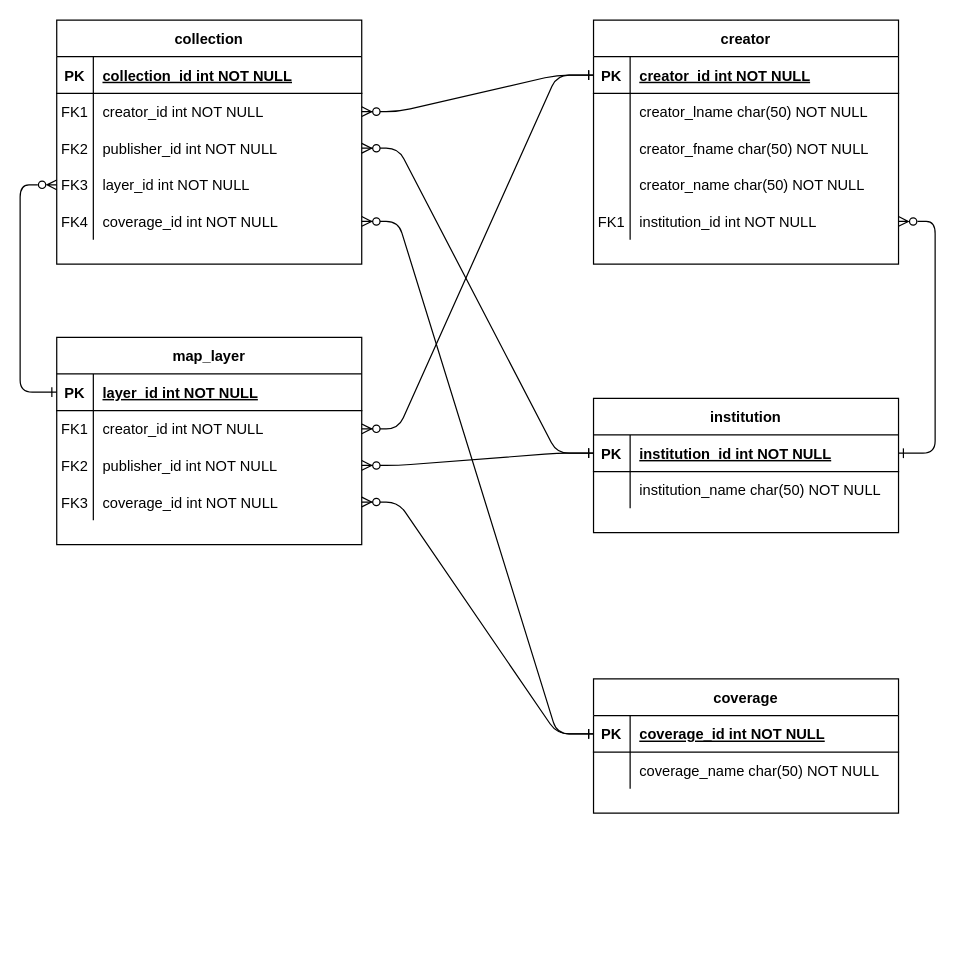
The draw.io diagram figures/relational_metadata.drawio in Geospatial-Digital-Special-Collections/docs, before the edit. Source tidied: cells renumbered, new cells numbered last; positions are measured from the earlier drawing's top-left corner, leaving out a move shared by most shapes. Both pictures are drawn from the tidied source at 122%, with x=0, y=0 at pixel (20, 20).
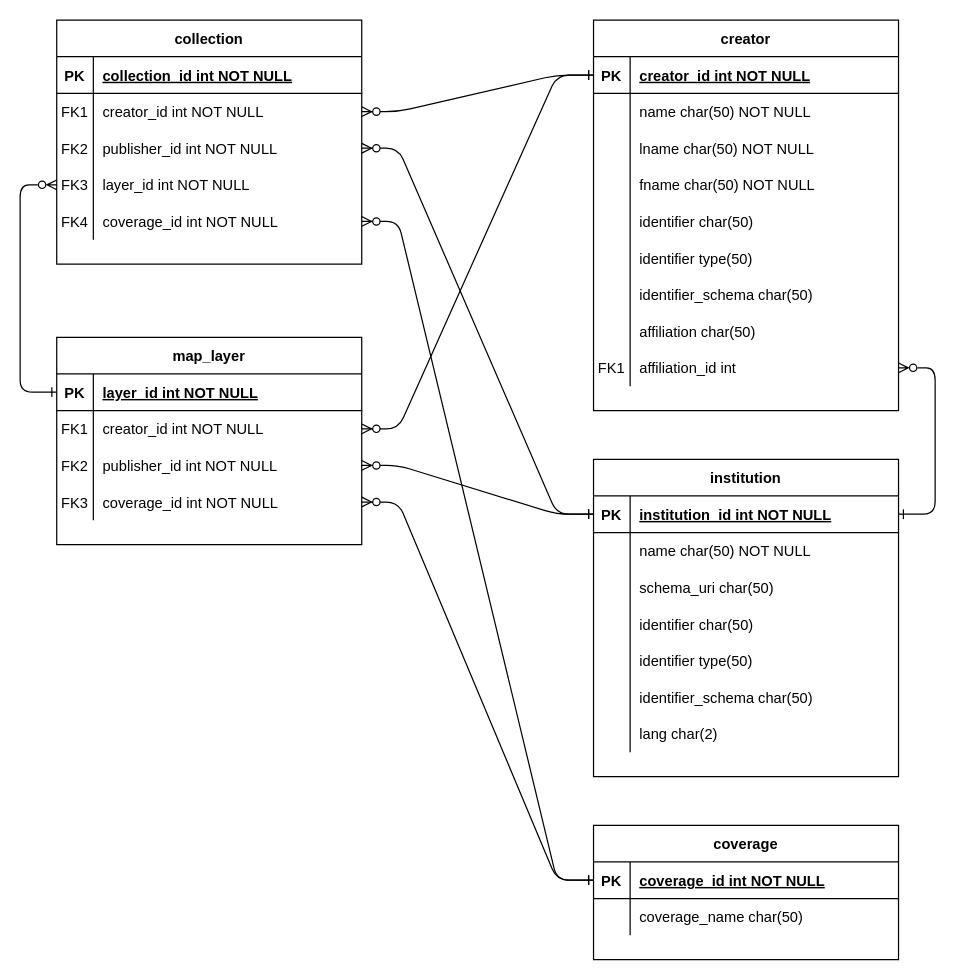
The same page after the edit.

The change refers to these unchanged cells:
```xml
<mxCell id="52" style="shape=partialRectangle;fillColor=none;top=0;left=0;right=0;bottom=0;" parent="48" vertex="1">
  <mxGeometry y="60" width="250" height="30" as="geometry" />
</mxCell>
<mxCell id="60" style="shape=partialRectangle;fillColor=none;top=0;left=0;right=0;bottom=0;" parent="56" vertex="1">
  <mxGeometry y="60" width="250" height="30" as="geometry" />
</mxCell>
```

Diff of the diagram source:
```diff
@@
     <mxCell id="32" value="creator" style="shape=table;startSize=30;childLayout=tableLayout;rowLines=0;fontStyle=1;align=center;" parent="1" vertex="1">
-      <mxGeometry x="470" width="250" height="200" as="geometry" />
+      <mxGeometry x="470" width="250" height="320" as="geometry" />
     </mxCell>
@@
+    <mxCell id="42" style="shape=partialRectangle;fillColor=none;top=0;left=0;right=0;bottom=0;" parent="32" vertex="1">
+      <mxGeometry y="60" width="250" height="30" as="geometry" />
+    </mxCell>
+    <mxCell id="43" style="shape=partialRectangle;overflow=hidden;fillColor=none;top=0;left=0;bottom=0;right=0;" parent="42" vertex="1">
+      <mxGeometry width="30" height="30" as="geometry" />
+    </mxCell>
+    <mxCell id="44" value="name char(50) NOT NULL" style="shape=partialRectangle;overflow=hidden;fillColor=none;top=0;left=0;bottom=0;right=0;align=left;spacingLeft=6;" parent="42" vertex="1">
+      <mxGeometry x="30" width="220" height="30" as="geometry" />
+    </mxCell>
     <mxCell id="36" style="shape=partialRectangle;fillColor=none;top=0;left=0;right=0;bottom=0;" parent="32" vertex="1">
-      <mxGeometry y="60" width="250" height="30" as="geometry" />
+      <mxGeometry y="90" width="250" height="30" as="geometry" />
     </mxCell>
@@
-    <mxCell id="38" value="creator_lname char(50) NOT NULL" style="shape=partialRectangle;overflow=hidden;fillColor=none;top=0;left=0;bottom=0;right=0;align=left;spacingLeft=6;" parent="36" vertex="1">
+    <mxCell id="38" value="lname char(50) NOT NULL" style="shape=partialRectangle;overflow=hidden;fillColor=none;top=0;left=0;bottom=0;right=0;align=left;spacingLeft=6;" parent="36" vertex="1">
       <mxGeometry x="30" width="220" height="30" as="geometry" />
     </mxCell>
     <mxCell id="39" style="shape=partialRectangle;fillColor=none;top=0;left=0;right=0;bottom=0;" parent="32" vertex="1">
-      <mxGeometry y="90" width="250" height="30" as="geometry" />
+      <mxGeometry y="120" width="250" height="30" as="geometry" />
     </mxCell>
@@
-    <mxCell id="41" value="creator_fname char(50) NOT NULL" style="shape=partialRectangle;overflow=hidden;fillColor=none;top=0;left=0;bottom=0;right=0;align=left;spacingLeft=6;" parent="39" vertex="1">
+    <mxCell id="41" value="fname char(50) NOT NULL" style="shape=partialRectangle;overflow=hidden;fillColor=none;top=0;left=0;bottom=0;right=0;align=left;spacingLeft=6;" parent="39" vertex="1">
       <mxGeometry x="30" width="220" height="30" as="geometry" />
     </mxCell>
-    <mxCell id="42" style="shape=partialRectangle;fillColor=none;top=0;left=0;right=0;bottom=0;" parent="32" vertex="1">
-      <mxGeometry y="120" width="250" height="30" as="geometry" />
-    </mxCell>
-    <mxCell id="43" style="shape=partialRectangle;overflow=hidden;fillColor=none;top=0;left=0;bottom=0;right=0;" parent="42" vertex="1">
-      <mxGeometry width="30" height="30" as="geometry" />
-    </mxCell>
-    <mxCell id="44" value="creator_name char(50) NOT NULL" style="shape=partialRectangle;overflow=hidden;fillColor=none;top=0;left=0;bottom=0;right=0;align=left;spacingLeft=6;" parent="42" vertex="1">
-      <mxGeometry x="30" width="220" height="30" as="geometry" />
-    </mxCell>
+    <mxCell id="69" style="shape=partialRectangle;fillColor=none;top=0;left=0;right=0;bottom=0;" parent="32" vertex="1">
+      <mxGeometry y="150" width="250" height="30" as="geometry" />
+    </mxCell>
+    <mxCell id="70" style="shape=partialRectangle;overflow=hidden;fillColor=none;top=0;left=0;bottom=0;right=0;" parent="69" vertex="1">
+      <mxGeometry width="30" height="30" as="geometry" />
+    </mxCell>
+    <mxCell id="71" value="identifier char(50)" style="shape=partialRectangle;overflow=hidden;fillColor=none;top=0;left=0;bottom=0;right=0;align=left;spacingLeft=6;" parent="69" vertex="1">
+      <mxGeometry x="30" width="220" height="30" as="geometry" />
+    </mxCell>
+    <mxCell id="72" style="shape=partialRectangle;fillColor=none;top=0;left=0;right=0;bottom=0;" parent="32" vertex="1">
+      <mxGeometry y="180" width="250" height="30" as="geometry" />
+    </mxCell>
+    <mxCell id="73" style="shape=partialRectangle;overflow=hidden;fillColor=none;top=0;left=0;bottom=0;right=0;" parent="72" vertex="1">
+      <mxGeometry width="30" height="30" as="geometry" />
+    </mxCell>
+    <mxCell id="74" value="identifier type(50)" style="shape=partialRectangle;overflow=hidden;fillColor=none;top=0;left=0;bottom=0;right=0;align=left;spacingLeft=6;" parent="72" vertex="1">
+      <mxGeometry x="30" width="220" height="30" as="geometry" />
+    </mxCell>
+    <mxCell id="75" style="shape=partialRectangle;fillColor=none;top=0;left=0;right=0;bottom=0;" parent="32" vertex="1">
+      <mxGeometry y="210" width="250" height="30" as="geometry" />
+    </mxCell>
+    <mxCell id="76" style="shape=partialRectangle;overflow=hidden;fillColor=none;top=0;left=0;bottom=0;right=0;" parent="75" vertex="1">
+      <mxGeometry width="30" height="30" as="geometry" />
+    </mxCell>
+    <mxCell id="77" value="identifier_schema char(50)" style="shape=partialRectangle;overflow=hidden;fillColor=none;top=0;left=0;bottom=0;right=0;align=left;spacingLeft=6;" parent="75" vertex="1">
+      <mxGeometry x="30" width="220" height="30" as="geometry" />
+    </mxCell>
+    <mxCell id="78" style="shape=partialRectangle;fillColor=none;top=0;left=0;right=0;bottom=0;" parent="32" vertex="1">
+      <mxGeometry y="240" width="250" height="30" as="geometry" />
+    </mxCell>
+    <mxCell id="79" style="shape=partialRectangle;overflow=hidden;fillColor=none;top=0;left=0;bottom=0;right=0;" parent="78" vertex="1">
+      <mxGeometry width="30" height="30" as="geometry" />
+    </mxCell>
+    <mxCell id="80" value="affiliation char(50)" style="shape=partialRectangle;overflow=hidden;fillColor=none;top=0;left=0;bottom=0;right=0;align=left;spacingLeft=6;" parent="78" vertex="1">
+      <mxGeometry x="30" width="220" height="30" as="geometry" />
+    </mxCell>
     <mxCell id="45" style="shape=partialRectangle;fillColor=none;points=[[0,0.5],[1,0.5]];portConstraint=eastwest;top=0;left=0;right=0;bottom=0;" parent="32" vertex="1">
-      <mxGeometry y="150" width="250" height="30" as="geometry" />
+      <mxGeometry y="270" width="250" height="30" as="geometry" />
     </mxCell>
@@
-    <mxCell id="47" value="institution_id int NOT NULL" style="shape=partialRectangle;overflow=hidden;fillColor=none;top=0;left=0;bottom=0;right=0;align=left;spacingLeft=6;" parent="45" vertex="1">
+    <mxCell id="47" value="affiliation_id int" style="shape=partialRectangle;overflow=hidden;fillColor=none;top=0;left=0;bottom=0;right=0;align=left;spacingLeft=6;" parent="45" vertex="1">
       <mxGeometry x="30" width="220" height="30" as="geometry" />
     </mxCell>
     <mxCell id="48" value="institution" style="shape=table;startSize=30;childLayout=tableLayout;rowLines=0;fontStyle=1;align=center;" parent="1" vertex="1">
-      <mxGeometry x="470" y="310" width="250" height="110" as="geometry" />
+      <mxGeometry x="470" y="360" width="250" height="260" as="geometry" />
     </mxCell>
@@
-    <mxCell id="54" value="institution_name char(50) NOT NULL" style="shape=partialRectangle;overflow=hidden;fillColor=none;top=0;left=0;bottom=0;right=0;align=left;spacingLeft=6;" parent="52" vertex="1">
+    <mxCell id="54" value="name char(50) NOT NULL" style="shape=partialRectangle;overflow=hidden;fillColor=none;top=0;left=0;bottom=0;right=0;align=left;spacingLeft=6;" parent="52" vertex="1">
       <mxGeometry x="30" width="220" height="30" as="geometry" />
     </mxCell>
+    <mxCell id="81" style="shape=partialRectangle;fillColor=none;top=0;left=0;right=0;bottom=0;" parent="48" vertex="1">
+      <mxGeometry y="90" width="250" height="30" as="geometry" />
+    </mxCell>
+    <mxCell id="82" style="shape=partialRectangle;overflow=hidden;fillColor=none;top=0;left=0;bottom=0;right=0;" parent="81" vertex="1">
+      <mxGeometry width="30" height="30" as="geometry" />
+    </mxCell>
+    <mxCell id="83" value="schema_uri char(50)" style="shape=partialRectangle;overflow=hidden;fillColor=none;top=0;left=0;bottom=0;right=0;align=left;spacingLeft=6;" parent="81" vertex="1">
+      <mxGeometry x="30" width="220" height="30" as="geometry" />
+    </mxCell>
+    <mxCell id="84" style="shape=partialRectangle;fillColor=none;top=0;left=0;right=0;bottom=0;" parent="48" vertex="1">
+      <mxGeometry y="120" width="250" height="30" as="geometry" />
+    </mxCell>
+    <mxCell id="85" style="shape=partialRectangle;overflow=hidden;fillColor=none;top=0;left=0;bottom=0;right=0;" parent="84" vertex="1">
+      <mxGeometry width="30" height="30" as="geometry" />
+    </mxCell>
+    <mxCell id="86" value="identifier char(50)" style="shape=partialRectangle;overflow=hidden;fillColor=none;top=0;left=0;bottom=0;right=0;align=left;spacingLeft=6;" parent="84" vertex="1">
+      <mxGeometry x="30" width="220" height="30" as="geometry" />
+    </mxCell>
+    <mxCell id="87" style="shape=partialRectangle;fillColor=none;top=0;left=0;right=0;bottom=0;" parent="48" vertex="1">
+      <mxGeometry y="150" width="250" height="30" as="geometry" />
+    </mxCell>
+    <mxCell id="88" style="shape=partialRectangle;overflow=hidden;fillColor=none;top=0;left=0;bottom=0;right=0;" parent="87" vertex="1">
+      <mxGeometry width="30" height="30" as="geometry" />
+    </mxCell>
+    <mxCell id="89" value="identifier type(50)" style="shape=partialRectangle;overflow=hidden;fillColor=none;top=0;left=0;bottom=0;right=0;align=left;spacingLeft=6;" parent="87" vertex="1">
+      <mxGeometry x="30" width="220" height="30" as="geometry" />
+    </mxCell>
+    <mxCell id="90" style="shape=partialRectangle;fillColor=none;top=0;left=0;right=0;bottom=0;" parent="48" vertex="1">
+      <mxGeometry y="180" width="250" height="30" as="geometry" />
+    </mxCell>
+    <mxCell id="91" style="shape=partialRectangle;overflow=hidden;fillColor=none;top=0;left=0;bottom=0;right=0;" parent="90" vertex="1">
+      <mxGeometry width="30" height="30" as="geometry" />
+    </mxCell>
+    <mxCell id="92" value="identifier_schema char(50)" style="shape=partialRectangle;overflow=hidden;fillColor=none;top=0;left=0;bottom=0;right=0;align=left;spacingLeft=6;" parent="90" vertex="1">
+      <mxGeometry x="30" width="220" height="30" as="geometry" />
+    </mxCell>
+    <mxCell id="93" style="shape=partialRectangle;fillColor=none;top=0;left=0;right=0;bottom=0;" parent="48" vertex="1">
+      <mxGeometry y="210" width="250" height="30" as="geometry" />
+    </mxCell>
+    <mxCell id="94" style="shape=partialRectangle;overflow=hidden;fillColor=none;top=0;left=0;bottom=0;right=0;" parent="93" vertex="1">
+      <mxGeometry width="30" height="30" as="geometry" />
+    </mxCell>
+    <mxCell id="95" value="lang char(2)" style="shape=partialRectangle;overflow=hidden;fillColor=none;top=0;left=0;bottom=0;right=0;align=left;spacingLeft=6;" parent="93" vertex="1">
+      <mxGeometry x="30" width="220" height="30" as="geometry" />
+    </mxCell>
@@
     <mxCell id="56" value="coverage" style="shape=table;startSize=30;childLayout=tableLayout;rowLines=0;fontStyle=1;align=center;" parent="1" vertex="1">
-      <mxGeometry x="470" y="540" width="250" height="110" as="geometry" />
+      <mxGeometry x="470" y="660" width="250" height="110" as="geometry" />
     </mxCell>
@@
-    <mxCell id="62" value="coverage_name char(50) NOT NULL" style="shape=partialRectangle;overflow=hidden;fillColor=none;top=0;left=0;bottom=0;right=0;align=left;spacingLeft=6;" parent="60" vertex="1">
+    <mxCell id="62" value="coverage_name char(50)" style="shape=partialRectangle;overflow=hidden;fillColor=none;top=0;left=0;bottom=0;right=0;align=left;spacingLeft=6;" parent="60" vertex="1">
       <mxGeometry x="30" width="220" height="30" as="geometry" />
     </mxCell>
```
